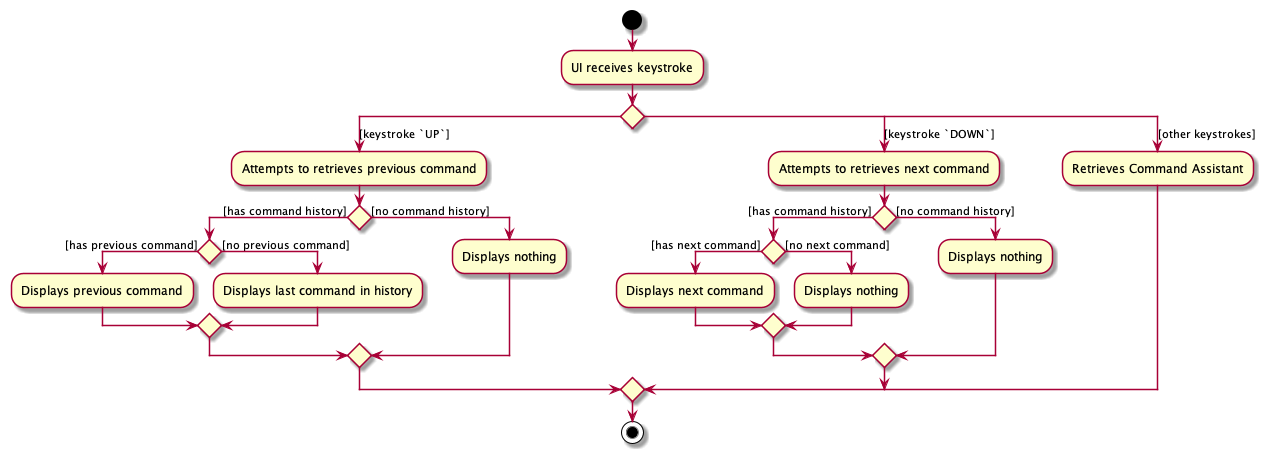
The PlantUML diagram docs/images/CommandHistoryActivityDiagram.png in nus-cs2103-AY2122S1/tp, before a commit.
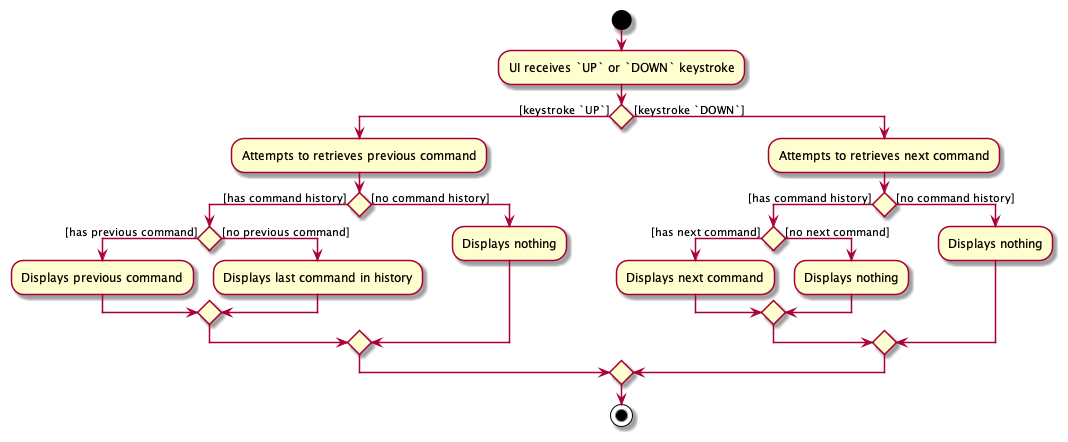
After the commit.

Commit message:
Update activity diagram

Diff of the diagram source:
```diff
@@ -1,9 +1,8 @@
 @startuml
 
 start
-:UI receives keystroke;
-switch()
-case ([keystroke `UP`])
+:UI receives `UP` or `DOWN` keystroke;
+if () then ([keystroke `UP`])
   :Attempts to retrieves previous command;
   if () then ([has command history])
     if () then ([has previous command])
@@ -14,7 +13,7 @@
   else ([no command history])
     :Displays nothing;
   endif
-case ([keystroke `DOWN`])
+else ([keystroke `DOWN`])
   :Attempts to retrieves next command;
   if () then ([has command history])
     if () then ([has next command])
@@ -25,10 +24,7 @@
   else ([no command history])
     :Displays nothing;
   endif
-case ([other keystrokes])
-  :Retrieves Command Assistant;
-endswitch
-
+endif
 
 stop
 
```
